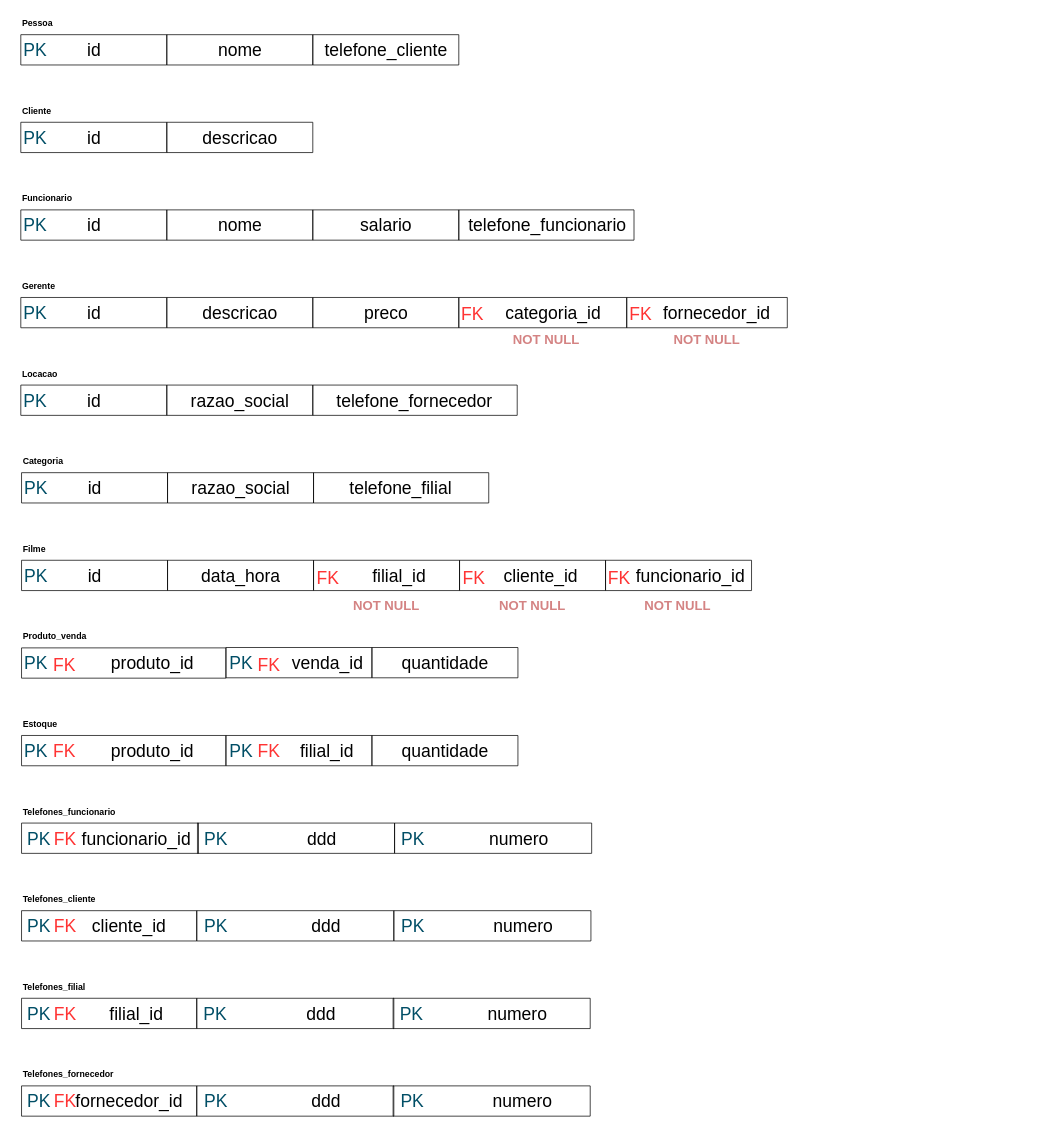
The draw.io diagram LEOBDATV5-2.drawio in Konitch/Diagram, before the edit. Source tidied: cells renumbered, new cells numbered last; positions are measured from the earlier drawing's top-left corner, leaving out a move shared by most shapes. Both pictures are drawn from the tidied source at 73%, with x=0, y=0 at pixel (12, 12).
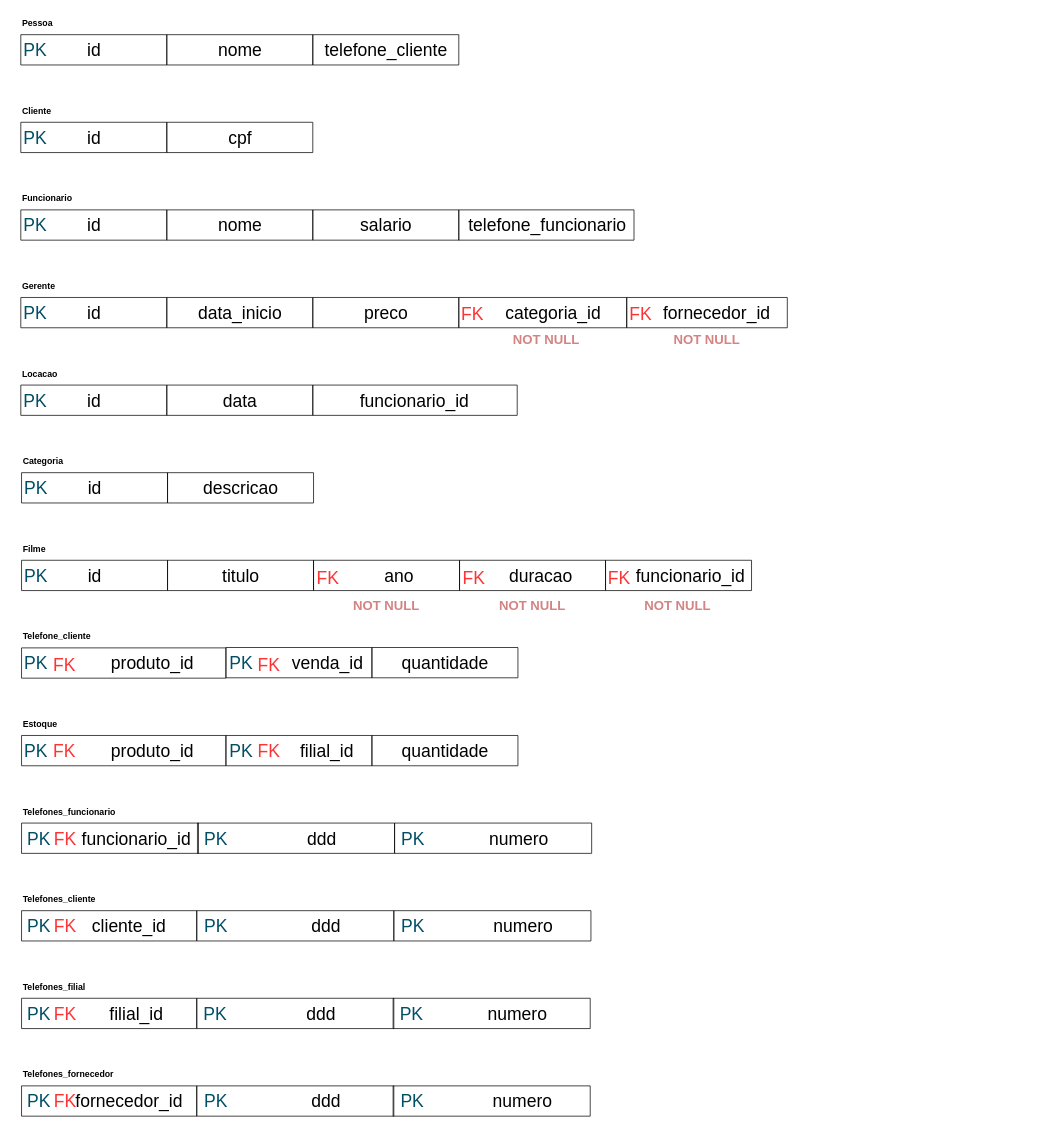
Above is the later version.

Unchanged cells that the change refers to:
```xml
<mxCell id="9" style="swimlane;startSize=0;" parent="8" vertex="1">
  <mxGeometry width="200" height="41.5" as="geometry" />
</mxCell>
<mxCell id="35" style="swimlane;startSize=0;" parent="34" vertex="1">
  <mxGeometry width="200" height="41.5" as="geometry" />
</mxCell>
<mxCell id="72" style="swimlane;startSize=0;" parent="71" vertex="1">
  <mxGeometry width="200" height="41.5" as="geometry" />
</mxCell>
<mxCell id="75" style="swimlane;startSize=0;" parent="74" vertex="1">
  <mxGeometry width="280" height="41.5" as="geometry" />
</mxCell>
<mxCell id="147" style="group;" parent="146" vertex="1">
  <mxGeometry y="30" width="1000" height="43" as="geometry" />
</mxCell>
<mxCell id="153" style="swimlane;startSize=0;" parent="152" vertex="1">
  <mxGeometry width="200" height="41.5" as="geometry" />
</mxCell>
<mxCell id="166" style="swimlane;startSize=0;" parent="165" vertex="1">
  <mxGeometry width="200" height="41.5" as="geometry" />
</mxCell>
<mxCell id="169" style="swimlane;startSize=0;" parent="168" vertex="1">
  <mxGeometry width="200" height="41.5" as="geometry" />
</mxCell>
<mxCell id="172" style="swimlane;startSize=0;" parent="171" vertex="1">
  <mxGeometry width="200" height="41.5" as="geometry" />
</mxCell>
<mxCell id="179" style="group;" parent="178" vertex="1">
  <mxGeometry width="1000" height="73" as="geometry" />
</mxCell>
```

Change to the diagram source:
```diff
@@
-    <mxCell id="10" value="&lt;font style=&quot;font-size: 24px;&quot;&gt;descricao&lt;/font&gt;" style="text;html=1;align=center;verticalAlign=middle;strokeColor=none;fillColor=none;" parent="9" vertex="1">
-      <mxGeometry x="35" y="1.5" width="130" height="40" as="geometry" />
+    <mxCell id="10" value="&lt;font style=&quot;font-size: 24px;&quot;&gt;cpf&lt;/font&gt;" style="text;html=1;align=center;verticalAlign=middle;strokeColor=none;fillColor=none;" parent="9" vertex="1">
+      <mxGeometry x="70" y="1.5" width="60" height="40" as="geometry" />
     </mxCell>
@@
-    <mxCell id="36" value="&lt;font style=&quot;font-size: 24px;&quot;&gt;descricao&lt;/font&gt;" style="text;html=1;align=center;verticalAlign=middle;strokeColor=none;fillColor=none;" parent="35" vertex="1">
-      <mxGeometry x="35" y="1.5" width="130" height="40" as="geometry" />
+    <mxCell id="36" value="&lt;font style=&quot;font-size: 24px;&quot;&gt;data_inicio&lt;/font&gt;" style="text;html=1;align=center;verticalAlign=middle;strokeColor=none;fillColor=none;" parent="35" vertex="1">
+      <mxGeometry x="30" y="1.5" width="140" height="40" as="geometry" />
     </mxCell>
@@
-    <mxCell id="73" value="&lt;font style=&quot;font-size: 24px;&quot;&gt;razao_social&lt;/font&gt;" style="text;html=1;align=center;verticalAlign=middle;strokeColor=none;fillColor=none;" parent="72" vertex="1">
-      <mxGeometry x="20" y="1.5" width="160" height="40" as="geometry" />
+    <mxCell id="73" value="&lt;font style=&quot;font-size: 24px;&quot;&gt;data&lt;/font&gt;" style="text;html=1;align=center;verticalAlign=middle;strokeColor=none;fillColor=none;" parent="72" vertex="1">
+      <mxGeometry x="65" y="1.5" width="70" height="40" as="geometry" />
     </mxCell>
@@
-    <mxCell id="76" value="&lt;font style=&quot;font-size: 24px;&quot;&gt;telefone_fornecedor&lt;/font&gt;" style="text;html=1;align=center;verticalAlign=middle;strokeColor=none;fillColor=none;" parent="75" vertex="1">
-      <mxGeometry x="19" y="1.5" width="240" height="40" as="geometry" />
+    <mxCell id="76" value="&lt;font style=&quot;font-size: 24px;&quot;&gt;funcionario_id&lt;/font&gt;" style="text;html=1;align=center;verticalAlign=middle;strokeColor=none;fillColor=none;" parent="75" vertex="1">
+      <mxGeometry x="54" y="1.5" width="170" height="40" as="geometry" />
     </mxCell>
@@
-    <mxCell id="154" value="&lt;font style=&quot;font-size: 24px;&quot;&gt;razao_social&lt;/font&gt;" style="text;html=1;align=center;verticalAlign=middle;strokeColor=none;fillColor=none;" parent="153" vertex="1">
-      <mxGeometry x="20" y="1.5" width="160" height="40" as="geometry" />
+    <mxCell id="154" value="&lt;font style=&quot;font-size: 24px;&quot;&gt;descricao&lt;/font&gt;" style="text;html=1;align=center;verticalAlign=middle;strokeColor=none;fillColor=none;" parent="153" vertex="1">
+      <mxGeometry x="35" y="1.5" width="130" height="40" as="geometry" />
     </mxCell>
-    <mxCell id="155" style="group;" parent="147" vertex="1">
-      <mxGeometry x="400" width="280" height="43" as="geometry" />
-    </mxCell>
-    <mxCell id="156" style="swimlane;startSize=0;" parent="155" vertex="1">
-      <mxGeometry width="240" height="41.5" as="geometry" />
-    </mxCell>
-    <mxCell id="157" value="&lt;font style=&quot;font-size: 24px;&quot;&gt;telefone_filial&lt;/font&gt;" style="text;html=1;align=center;verticalAlign=middle;strokeColor=none;fillColor=none;" parent="156" vertex="1">
-      <mxGeometry x="39" y="1.5" width="160" height="40" as="geometry" />
-    </mxCell>
@@
-    <mxCell id="167" value="&lt;font style=&quot;font-size: 24px;&quot;&gt;data_hora&lt;/font&gt;" style="text;html=1;align=center;verticalAlign=middle;strokeColor=none;fillColor=none;" parent="166" vertex="1">
-      <mxGeometry x="35" y="1.5" width="130" height="40" as="geometry" />
+    <mxCell id="167" value="&lt;font style=&quot;font-size: 24px;&quot;&gt;titulo&lt;/font&gt;" style="text;html=1;align=center;verticalAlign=middle;strokeColor=none;fillColor=none;" parent="166" vertex="1">
+      <mxGeometry x="65" y="1.5" width="70" height="40" as="geometry" />
     </mxCell>
@@
-    <mxCell id="170" value="&lt;font style=&quot;font-size: 24px;&quot;&gt;filial_id&lt;/font&gt;" style="text;html=1;align=center;verticalAlign=middle;strokeColor=none;fillColor=none;" parent="169" vertex="1">
-      <mxGeometry x="67" y="1.5" width="100" height="40" as="geometry" />
+    <mxCell id="170" value="&lt;font style=&quot;font-size: 24px;&quot;&gt;ano&lt;/font&gt;" style="text;html=1;align=center;verticalAlign=middle;strokeColor=none;fillColor=none;" parent="169" vertex="1">
+      <mxGeometry x="87" y="1.5" width="60" height="40" as="geometry" />
     </mxCell>
@@
-    <mxCell id="173" value="&lt;font style=&quot;font-size: 24px;&quot;&gt;cliente_id&lt;/font&gt;" style="text;html=1;align=center;verticalAlign=middle;strokeColor=none;fillColor=none;" parent="172" vertex="1">
-      <mxGeometry x="51" y="1.5" width="120" height="40" as="geometry" />
+    <mxCell id="173" value="&lt;font style=&quot;font-size: 24px;&quot;&gt;duracao&lt;/font&gt;" style="text;html=1;align=center;verticalAlign=middle;strokeColor=none;fillColor=none;" parent="172" vertex="1">
+      <mxGeometry x="56" y="1.5" width="110" height="40" as="geometry" />
     </mxCell>
@@
-    <mxCell id="194" value="&lt;b&gt;Produto_venda&lt;/b&gt;" style="text;html=1;align=left;verticalAlign=middle;whiteSpace=wrap;rounded=0;" parent="179" vertex="1">
+    <mxCell id="194" value="&lt;b&gt;Telefone_cliente&lt;/b&gt;" style="text;html=1;align=left;verticalAlign=middle;whiteSpace=wrap;rounded=0;" parent="179" vertex="1">
       <mxGeometry width="110" height="30" as="geometry" />
     </mxCell>
```
